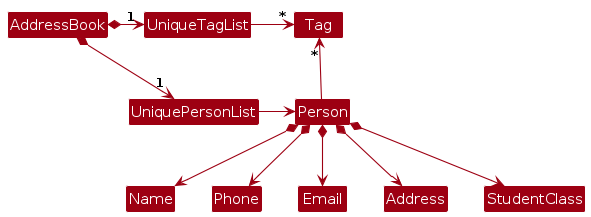
AY2425S1-CS2103-F12-4/tp keeps this PlantUML diagram as diagrams/BetterModelClassDiagram.png. Above is the earlier version. Its source is kept beside it as diagrams/BetterModelClassDiagram.puml. Its diagram source:
```plantuml
@startuml
!include style.puml
skinparam arrowThickness 1.1
skinparam arrowColor MODEL_COLOR
skinparam classBackgroundColor MODEL_COLOR

AddressBook *-right-> "1" UniquePersonList
AddressBook *-right-> "1" UniqueTagList
UniqueTagList -[hidden]down- UniquePersonList
UniqueTagList -[hidden]down- UniquePersonList

UniqueTagList -right-> "*" Tag
UniquePersonList -right-> Person

Person -up-> "*" Tag

Person *--> Name
Person *--> Phone
Person *--> Email
Person *--> Address
Person *--> StudentClass
@enduml
```
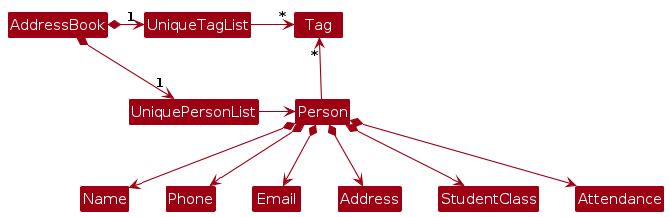
The same diagram one commit later.

The edit, as a diff of the source:
```diff
@@ -19,4 +19,5 @@
 Person *--> Email
 Person *--> Address
 Person *--> StudentClass
+Person *--> Attendance
 @enduml
```
